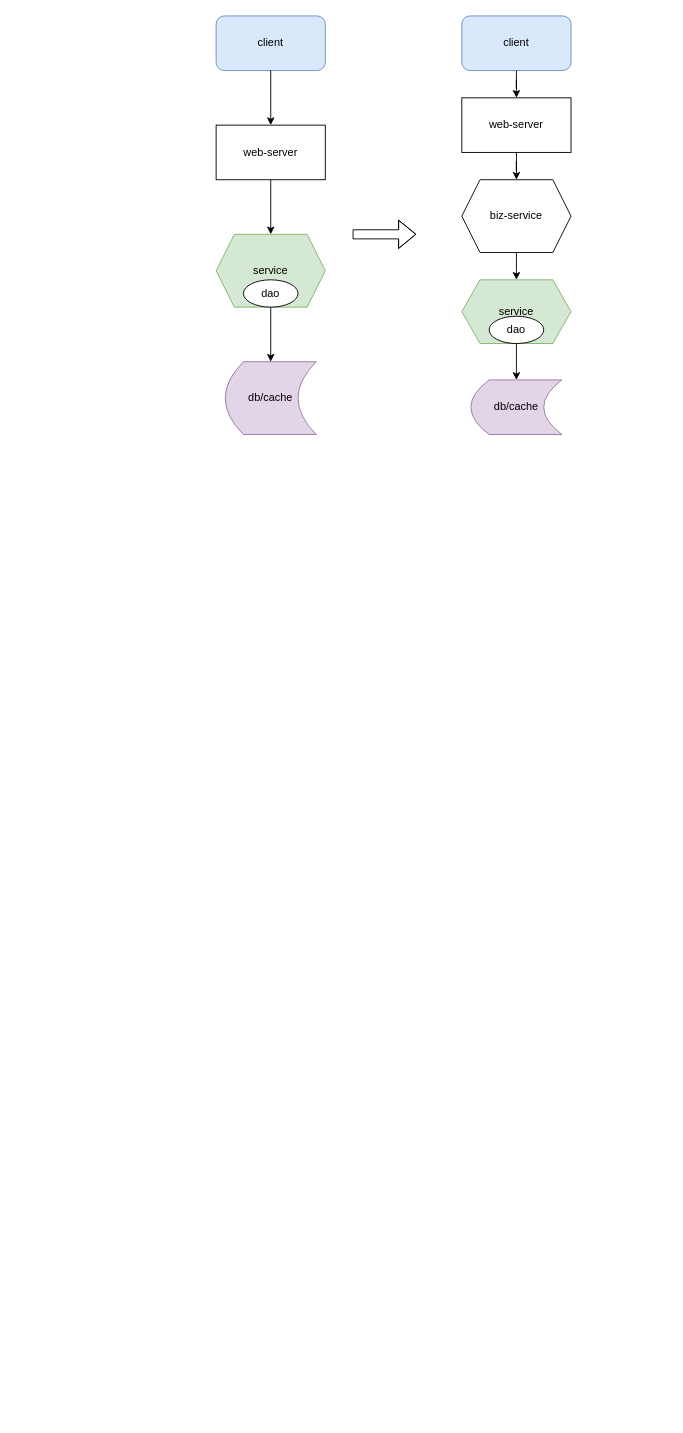
Earlier version of the draw.io diagram 架构.drawio (foxprince/awsdraw). Source tidied: cells renumbered, new cells numbered last; positions are measured from the earlier drawing's top-left corner, leaving out a move shared by most shapes. Both pictures are drawn from the tidied source at 91%, with x=0, y=0 at pixel (216, 15). Pictures stored in the file or linked from it are replaced by grey dashed boxes.
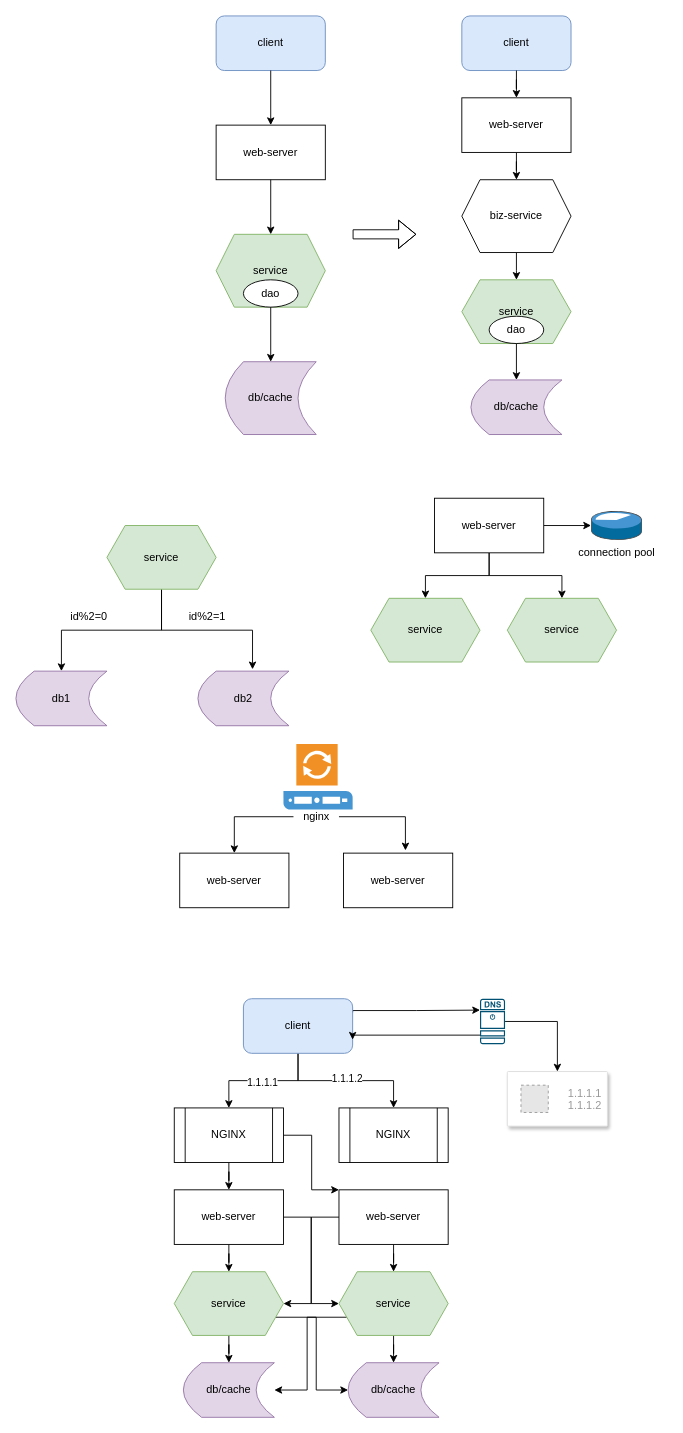
After the change.

Diff of the diagram source:
```diff
@@
+    <mxCell id="22" style="edgeStyle=orthogonalEdgeStyle;rounded=0;jettySize=auto;html=1;entryX=0.5;entryY=0;entryDx=0;entryDy=0;" parent="1" edge="1" source="24" target="25">
+      <mxGeometry relative="1" as="geometry" />
+    </mxCell>
+    <mxCell id="23" style="edgeStyle=orthogonalEdgeStyle;rounded=0;jettySize=auto;html=1;entryX=0.6;entryY=-0.033;entryDx=0;entryDy=0;entryPerimeter=0;" parent="1" edge="1" source="24" target="26">
+      <mxGeometry relative="1" as="geometry" />
+    </mxCell>
+    <mxCell id="24" value="service" style="shape=hexagon;perimeter=hexagonPerimeter2;whiteSpace=wrap;html=1;fixedSize=1;fillColor=#d5e8d4;strokeColor=#82b366;" parent="1" vertex="1">
+      <mxGeometry x="-120" y="560" width="120" height="70" as="geometry" />
+    </mxCell>
+    <mxCell id="25" value="db1" style="shape=dataStorage;whiteSpace=wrap;html=1;fixedSize=1;fillColor=#e1d5e7;strokeColor=#9673a6;" parent="1" vertex="1">
+      <mxGeometry x="-220" y="720" width="100" height="60" as="geometry" />
+    </mxCell>
+    <mxCell id="26" value="db2" style="shape=dataStorage;whiteSpace=wrap;html=1;fixedSize=1;fillColor=#e1d5e7;strokeColor=#9673a6;" parent="1" vertex="1">
+      <mxGeometry x="-20" y="720" width="100" height="60" as="geometry" />
+    </mxCell>
+    <mxCell id="27" value="id%2=0" style="text;html=1;align=center;verticalAlign=middle;strokeColor=none;fillColor=none;" parent="1" vertex="1">
+      <mxGeometry x="-170" y="645" width="60" height="30" as="geometry" />
+    </mxCell>
+    <mxCell id="28" value="id%2=1" style="text;html=1;align=center;verticalAlign=middle;strokeColor=none;fillColor=none;" parent="1" vertex="1">
+      <mxGeometry x="-40" y="645" width="60" height="30" as="geometry" />
+    </mxCell>
+    <mxCell id="29" style="edgeStyle=orthogonalEdgeStyle;rounded=0;jettySize=auto;html=1;entryX=0.5;entryY=0;entryDx=0;entryDy=0;" parent="1" edge="1" source="32" target="33">
+      <mxGeometry relative="1" as="geometry" />
+    </mxCell>
+    <mxCell id="30" style="edgeStyle=orthogonalEdgeStyle;rounded=0;jettySize=auto;html=1;" parent="1" edge="1" source="32" target="34">
+      <mxGeometry relative="1" as="geometry" />
+    </mxCell>
+    <mxCell id="31" style="edgeStyle=orthogonalEdgeStyle;rounded=0;jettySize=auto;html=1;" parent="1" edge="1" source="32" target="35">
+      <mxGeometry relative="1" as="geometry" />
+    </mxCell>
+    <mxCell id="32" value="web-server" style="rounded=0;whiteSpace=wrap;html=1;" parent="1" vertex="1">
+      <mxGeometry x="240" y="530" width="120" height="60" as="geometry" />
+    </mxCell>
+    <mxCell id="33" value="service" style="shape=hexagon;perimeter=hexagonPerimeter2;whiteSpace=wrap;html=1;fixedSize=1;fillColor=#d5e8d4;strokeColor=#82b366;" parent="1" vertex="1">
+      <mxGeometry x="170" y="640" width="120" height="70" as="geometry" />
+    </mxCell>
+    <mxCell id="34" value="service" style="shape=hexagon;perimeter=hexagonPerimeter2;whiteSpace=wrap;html=1;fixedSize=1;fillColor=#d5e8d4;strokeColor=#82b366;" parent="1" vertex="1">
+      <mxGeometry x="320" y="640" width="120" height="70" as="geometry" />
+    </mxCell>
+    <mxCell id="35" style="shadow=0;dashed=0;html=1;labelPosition=center;verticalLabelPosition=bottom;verticalAlign=top;align=center;outlineConnect=0;shape=mxgraph.veeam.3d.resource_pool;" parent="1" vertex="1">
+      <mxGeometry x="412" y="544" width="56" height="32" as="geometry" />
+    </mxCell>
+    <mxCell id="36" value="connection pool" style="text;html=1;align=center;verticalAlign=middle;strokeColor=none;fillColor=none;" parent="1" vertex="1">
+      <mxGeometry x="385" y="575" width="110" height="30" as="geometry" />
+    </mxCell>
+    <mxCell id="37" value="web-server" style="rounded=0;whiteSpace=wrap;html=1;" parent="1" vertex="1">
+      <mxGeometry x="-40" y="920" width="120" height="60" as="geometry" />
+    </mxCell>
+    <mxCell id="38" value="web-server" style="rounded=0;whiteSpace=wrap;html=1;" parent="1" vertex="1">
+      <mxGeometry x="140" y="920" width="120" height="60" as="geometry" />
+    </mxCell>
+    <mxCell id="39" style="shadow=0;dashed=0;html=1;strokeColor=none;fillColor=#4495D1;labelPosition=center;verticalLabelPosition=bottom;verticalAlign=top;align=center;shape=mxgraph.veeam.proxy_server;" parent="1" vertex="1">
+      <mxGeometry x="74" y="800" width="76" height="72" as="geometry" />
+    </mxCell>
+    <mxCell id="40" style="edgeStyle=orthogonalEdgeStyle;rounded=0;jettySize=auto;html=1;entryX=0.5;entryY=0;entryDx=0;entryDy=0;" parent="1" edge="1" source="42" target="37">
+      <mxGeometry relative="1" as="geometry" />
+    </mxCell>
+    <mxCell id="41" style="edgeStyle=orthogonalEdgeStyle;rounded=0;jettySize=auto;html=1;entryX=0.567;entryY=-0.05;entryDx=0;entryDy=0;entryPerimeter=0;" parent="1" edge="1" source="42" target="38">
+      <mxGeometry relative="1" as="geometry" />
+    </mxCell>
+    <mxCell id="42" value="nginx" style="text;html=1;align=center;verticalAlign=middle;points=[];strokeColor=none;fillColor=none;" parent="1" vertex="1">
+      <mxGeometry x="85" y="865" width="50" height="30" as="geometry" />
+    </mxCell>
+    <mxCell id="43" style="edgeStyle=orthogonalEdgeStyle;rounded=0;jettySize=auto;html=1;entryX=0;entryY=0.25;entryDx=0;entryDy=0;entryPerimeter=0;exitX=1;exitY=0.25;exitDx=0;exitDy=0;" parent="1" edge="1" source="48" target="51">
+      <mxGeometry relative="1" as="geometry">
+        <Array as="points">
+          <mxPoint x="150" y="1093" />
+          <mxPoint x="220" y="1093" />
+        </Array>
+      </mxGeometry>
+    </mxCell>
+    <mxCell id="44" style="edgeStyle=orthogonalEdgeStyle;rounded=0;jettySize=auto;html=1;entryX=0.5;entryY=0;entryDx=0;entryDy=0;startArrow=none;startFill=0;endArrow=classic;endFill=1;" parent="1" edge="1" source="48" target="54">
+      <mxGeometry relative="1" as="geometry" />
+    </mxCell>
+    <mxCell id="45" value="1.1.1.1" style="edgeLabel;html=1;align=center;verticalAlign=middle;" parent="44" vertex="1">
+      <mxGeometry x="0.26" y="1" relative="1" as="geometry">
+        <mxPoint x="16" as="offset" />
+      </mxGeometry>
+    </mxCell>
+    <mxCell id="46" style="edgeStyle=orthogonalEdgeStyle;rounded=0;jettySize=auto;html=1;startArrow=none;startFill=0;endArrow=classic;endFill=1;" parent="1" edge="1" source="48" target="55">
+      <mxGeometry relative="1" as="geometry" />
+    </mxCell>
+    <mxCell id="47" value="1.1.1.2" style="edgeLabel;html=1;align=center;verticalAlign=middle;" parent="46" vertex="1">
+      <mxGeometry x="0.01" y="3" relative="1" as="geometry" />
+    </mxCell>
+    <mxCell id="48" value="client" style="rounded=1;whiteSpace=wrap;html=1;fillColor=#dae8fc;strokeColor=#6c8ebf;" parent="1" vertex="1">
+      <mxGeometry x="30" y="1080" width="120" height="60" as="geometry" />
+    </mxCell>
+    <mxCell id="49" style="edgeStyle=orthogonalEdgeStyle;rounded=0;jettySize=auto;html=1;entryX=1;entryY=0.75;entryDx=0;entryDy=0;" parent="1" edge="1" source="51" target="48">
+      <mxGeometry relative="1" as="geometry">
+        <Array as="points">
+          <mxPoint x="150" y="1120" />
+        </Array>
+      </mxGeometry>
+    </mxCell>
+    <mxCell id="50" style="edgeStyle=orthogonalEdgeStyle;rounded=0;jettySize=auto;html=1;entryX=0.5;entryY=0;entryDx=0;entryDy=0;startArrow=none;startFill=0;endArrow=classic;endFill=1;" parent="1" edge="1" source="51" target="56">
+      <mxGeometry relative="1" as="geometry" />
+    </mxCell>
+    <mxCell id="51" style="sketch=0;points=[[0.015,0.015,0],[0.985,0.015,0],[0.985,0.985,0],[0.015,0.985,0],[0.25,0,0],[0.5,0,0],[0.75,0,0],[1,0.25,0],[1,0.5,0],[1,0.75,0],[0.75,1,0],[0.5,1,0],[0.25,1,0],[0,0.75,0],[0,0.5,0],[0,0.25,0]];verticalLabelPosition=bottom;html=1;verticalAlign=top;align=center;shape=mxgraph.cisco19.dns_server;fillColor=#005073;strokeColor=none;" parent="1" vertex="1">
+      <mxGeometry x="290" y="1080" width="27.5" height="50" as="geometry" />
+    </mxCell>
+    <mxCell id="52" style="edgeStyle=orthogonalEdgeStyle;rounded=0;jettySize=auto;html=1;startArrow=none;startFill=0;endArrow=classic;endFill=1;" parent="1" edge="1" source="54" target="60">
+      <mxGeometry relative="1" as="geometry" />
+    </mxCell>
+    <mxCell id="53" style="edgeStyle=orthogonalEdgeStyle;rounded=0;jettySize=auto;html=1;startArrow=none;startFill=0;endArrow=classic;endFill=1;entryX=0;entryY=0;entryDx=0;entryDy=0;" parent="1" edge="1" source="54" target="63">
+      <mxGeometry relative="1" as="geometry">
+        <Array as="points">
+          <mxPoint x="105" y="1230" />
+          <mxPoint x="105" y="1290" />
+        </Array>
+      </mxGeometry>
+    </mxCell>
+    <mxCell id="54" value="NGINX" style="shape=process;whiteSpace=wrap;html=1;backgroundOutline=1;" parent="1" vertex="1">
+      <mxGeometry x="-46" y="1200" width="120" height="60" as="geometry" />
+    </mxCell>
+    <mxCell id="55" value="NGINX" style="shape=process;whiteSpace=wrap;html=1;backgroundOutline=1;" parent="1" vertex="1">
+      <mxGeometry x="135" y="1200" width="120" height="60" as="geometry" />
+    </mxCell>
+    <mxCell id="56" style="strokeColor=#dddddd;shadow=1;strokeWidth=1;rounded=1;absoluteArcSize=1;arcSize=2;" parent="1" vertex="1">
+      <mxGeometry x="320" y="1160" width="110" height="60" as="geometry" />
+    </mxCell>
+    <mxCell id="57" value="1.1.1.1&#10;1.1.1.2" style="fillColor=#E6E6E6;strokeColor=#999999;dashed=1;fontColor=#999999;verticalLabelPosition=middle;labelBackgroundColor=#ffffff;verticalAlign=middle;labelPosition=right;align=left;spacingLeft=20;" parent="56" vertex="1">
+      <mxGeometry width="30" height="30" relative="1" as="geometry">
+        <mxPoint x="15" y="15" as="offset" />
+      </mxGeometry>
+    </mxCell>
+    <mxCell id="58" style="edgeStyle=orthogonalEdgeStyle;rounded=0;jettySize=auto;html=1;startArrow=none;startFill=0;endArrow=classic;endFill=1;" parent="1" edge="1" source="60" target="66">
+      <mxGeometry relative="1" as="geometry" />
+    </mxCell>
+    <mxCell id="59" style="edgeStyle=orthogonalEdgeStyle;rounded=0;jettySize=auto;html=1;startArrow=none;startFill=0;endArrow=classic;endFill=1;entryX=0;entryY=0.5;entryDx=0;entryDy=0;" parent="1" edge="1" source="60" target="69">
+      <mxGeometry relative="1" as="geometry" />
+    </mxCell>
+    <mxCell id="60" value="web-server" style="rounded=0;whiteSpace=wrap;html=1;" parent="1" vertex="1">
+      <mxGeometry x="-46" y="1290" width="120" height="60" as="geometry" />
+    </mxCell>
+    <mxCell id="61" style="edgeStyle=orthogonalEdgeStyle;rounded=0;jettySize=auto;html=1;startArrow=none;startFill=0;endArrow=classic;endFill=1;" parent="1" edge="1" source="63" target="69">
+      <mxGeometry relative="1" as="geometry" />
+    </mxCell>
+    <mxCell id="62" style="edgeStyle=orthogonalEdgeStyle;rounded=0;jettySize=auto;html=1;entryX=1;entryY=0.5;entryDx=0;entryDy=0;startArrow=none;startFill=0;endArrow=classic;endFill=1;" parent="1" edge="1" source="63" target="66">
+      <mxGeometry relative="1" as="geometry" />
+    </mxCell>
+    <mxCell id="63" value="web-server" style="rounded=0;whiteSpace=wrap;html=1;" parent="1" vertex="1">
+      <mxGeometry x="135" y="1290" width="120" height="60" as="geometry" />
+    </mxCell>
+    <mxCell id="64" style="edgeStyle=orthogonalEdgeStyle;rounded=0;jettySize=auto;html=1;startArrow=none;startFill=0;endArrow=classic;endFill=1;" parent="1" edge="1" source="66" target="70">
+      <mxGeometry relative="1" as="geometry" />
+    </mxCell>
+    <mxCell id="65" style="edgeStyle=orthogonalEdgeStyle;rounded=0;jettySize=auto;html=1;entryX=0;entryY=0.5;entryDx=0;entryDy=0;startArrow=none;startFill=0;endArrow=classic;endFill=1;" parent="1" edge="1" source="66" target="71">
+      <mxGeometry relative="1" as="geometry">
+        <Array as="points">
+          <mxPoint x="110" y="1430" />
+          <mxPoint x="110" y="1510" />
+        </Array>
+      </mxGeometry>
+    </mxCell>
+    <mxCell id="66" value="service" style="shape=hexagon;perimeter=hexagonPerimeter2;whiteSpace=wrap;html=1;fixedSize=1;fillColor=#d5e8d4;strokeColor=#82b366;" parent="1" vertex="1">
+      <mxGeometry x="-46" y="1380" width="120" height="70" as="geometry" />
+    </mxCell>
+    <mxCell id="67" style="edgeStyle=orthogonalEdgeStyle;rounded=0;jettySize=auto;html=1;startArrow=none;startFill=0;endArrow=classic;endFill=1;" parent="1" edge="1" source="69" target="71">
+      <mxGeometry relative="1" as="geometry" />
+    </mxCell>
+    <mxCell id="68" style="edgeStyle=orthogonalEdgeStyle;rounded=0;jettySize=auto;html=1;entryX=1;entryY=0.5;entryDx=0;entryDy=0;startArrow=none;startFill=0;endArrow=classic;endFill=1;" parent="1" edge="1" source="69" target="70">
+      <mxGeometry relative="1" as="geometry">
+        <Array as="points">
+          <mxPoint x="100" y="1430" />
+          <mxPoint x="100" y="1510" />
+        </Array>
+      </mxGeometry>
+    </mxCell>
+    <mxCell id="69" value="service" style="shape=hexagon;perimeter=hexagonPerimeter2;whiteSpace=wrap;html=1;fixedSize=1;fillColor=#d5e8d4;strokeColor=#82b366;" parent="1" vertex="1">
+      <mxGeometry x="135" y="1380" width="120" height="70" as="geometry" />
+    </mxCell>
+    <mxCell id="70" value="db/cache" style="shape=dataStorage;whiteSpace=wrap;html=1;fixedSize=1;fillColor=#e1d5e7;strokeColor=#9673a6;" parent="1" vertex="1">
+      <mxGeometry x="-36" y="1480" width="100" height="60" as="geometry" />
+    </mxCell>
+    <mxCell id="71" value="db/cache" style="shape=dataStorage;whiteSpace=wrap;html=1;fixedSize=1;fillColor=#e1d5e7;strokeColor=#9673a6;" parent="1" vertex="1">
+      <mxGeometry x="145" y="1480" width="100" height="60" as="geometry" />
+    </mxCell>
```
